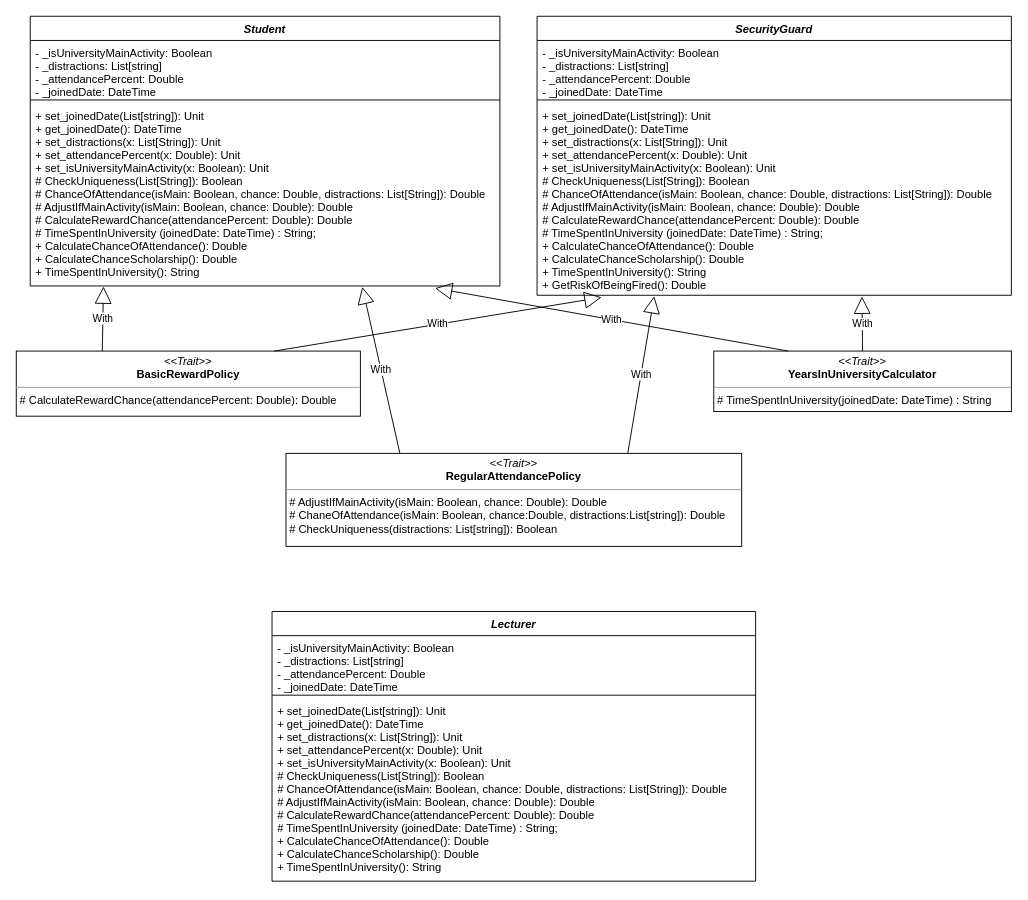
MeTTacuS/PSP1 keeps this draw.io diagram as Diagrams/13_scala.drawio. Above is the earlier version. Source tidied: cells renumbered, new cells numbered last; positions are measured from the earlier drawing's top-left corner, leaving out a move shared by most shapes. Both pictures are drawn from the tidied source at 93%, with x=0, y=0 at pixel (16, 16).
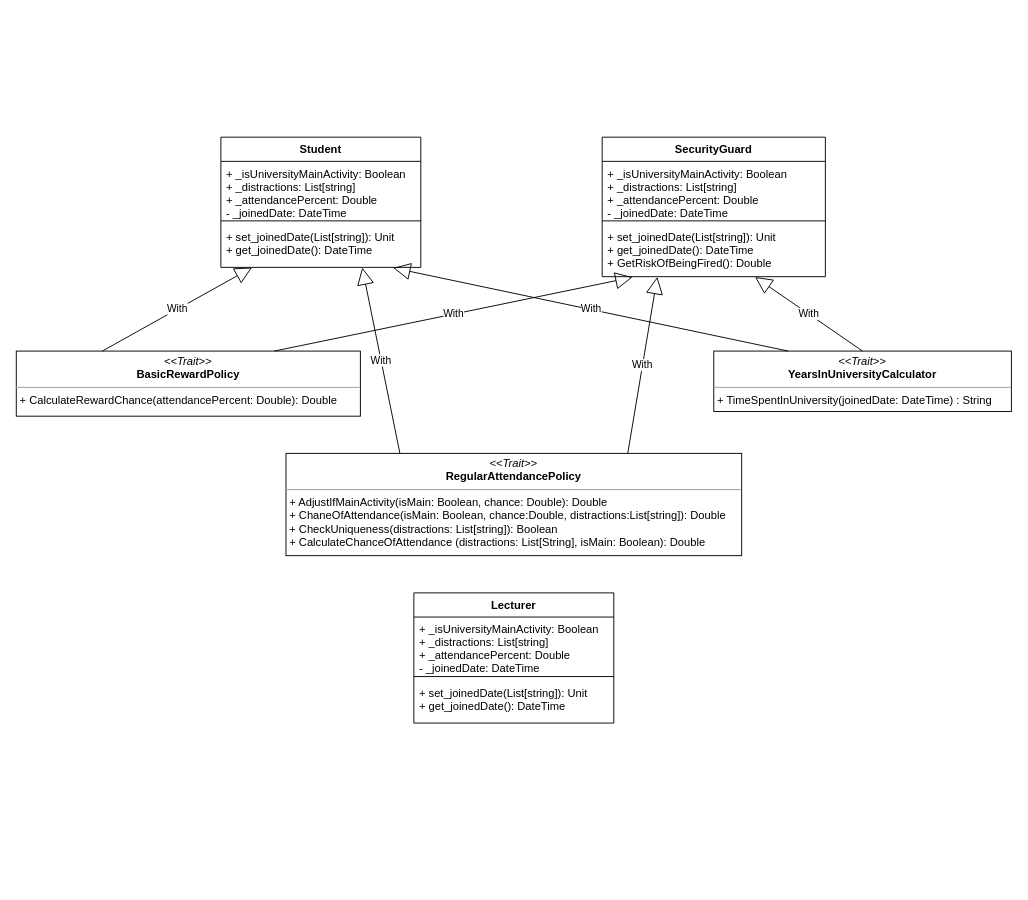
Above is the later version.

Diff of the diagram source:
```diff
@@
-    <mxCell id="2" value="Student" style="swimlane;fontStyle=3;align=center;verticalAlign=top;horizontal=1;startSize=26;" parent="1" vertex="1">
-      <mxGeometry x="15" width="505" height="290" as="geometry" />
+    <mxCell id="2" value="Student" style="swimlane;fontStyle=1;align=center;verticalAlign=top;horizontal=1;startSize=26;" parent="1" vertex="1">
+      <mxGeometry x="220" y="130" width="215" height="140" as="geometry" />
     </mxCell>
-    <mxCell id="3" value="- _isUniversityMainActivity: Boolean&#10;- _distractions: List[string]&#10;- _attendancePercent: Double&#10;- _joinedDate: DateTime&#10;" style="text;strokeColor=none;fillColor=none;align=left;verticalAlign=top;spacingLeft=4;spacingRight=4;overflow=hidden;" parent="2" vertex="1">
-      <mxGeometry y="26" width="505" height="60" as="geometry" />
+    <mxCell id="3" value="+ _isUniversityMainActivity: Boolean&#10;+ _distractions: List[string]&#10;+ _attendancePercent: Double&#10;- _joinedDate: DateTime&#10;" style="text;strokeColor=none;fillColor=none;align=left;verticalAlign=top;spacingLeft=4;spacingRight=4;overflow=hidden;" parent="2" vertex="1">
+      <mxGeometry y="26" width="215" height="60" as="geometry" />
     </mxCell>
     <mxCell id="4" style="line;strokeWidth=1;fillColor=none;align=left;verticalAlign=middle;spacingTop=-1;spacingLeft=3;spacingRight=3;labelPosition=right;" parent="2" vertex="1">
-      <mxGeometry y="86" width="505" height="8" as="geometry" />
+      <mxGeometry y="86" width="215" height="8" as="geometry" />
     </mxCell>
-    <mxCell id="5" value="+ set_joinedDate(List[string]): Unit&#10;+ get_joinedDate(): DateTime&#10;+ set_distractions(x: List[String]): Unit&#10;+ set_attendancePercent(x: Double): Unit&#10;+ set_isUniversityMainActivity(x: Boolean): Unit&#10;# CheckUniqueness(List[String]): Boolean&#10;# ChanceOfAttendance(isMain: Boolean, chance: Double, distractions: List[String]): Double&#10;# AdjustIfMainActivity(isMain: Boolean, chance: Double): Double&#10;# CalculateRewardChance(attendancePercent: Double): Double&#10;# TimeSpentInUniversity (joinedDate: DateTime) : String;&#10;+ CalculateChanceOfAttendance(): Double&#10;+ CalculateChanceScholarship(): Double&#10;+ TimeSpentInUniversity(): String&#10;" style="text;strokeColor=none;fillColor=none;align=left;verticalAlign=top;spacingLeft=4;spacingRight=4;overflow=hidden;points=[[0,0.5],[1,0.5]];portConstraint=eastwest;" parent="2" vertex="1">
-      <mxGeometry y="94" width="505" height="196" as="geometry" />
+    <mxCell id="5" value="+ set_joinedDate(List[string]): Unit&#10;+ get_joinedDate(): DateTime&#10;" style="text;strokeColor=none;fillColor=none;align=left;verticalAlign=top;spacingLeft=4;spacingRight=4;overflow=hidden;points=[[0,0.5],[1,0.5]];portConstraint=eastwest;" parent="2" vertex="1">
+      <mxGeometry y="94" width="215" height="46" as="geometry" />
     </mxCell>
-    <mxCell id="6" value="&lt;p style=&quot;margin: 0px ; margin-top: 4px ; text-align: center&quot;&gt;&lt;i&gt;&amp;lt;&amp;lt;Trait&amp;gt;&amp;gt;&lt;/i&gt;&lt;br&gt;&lt;b&gt;RegularAttendancePolicy&lt;/b&gt;&lt;/p&gt;&lt;hr size=&quot;1&quot;&gt;&lt;p style=&quot;margin: 0px ; margin-left: 4px&quot;&gt;# AdjustIfMainActivity(isMain: Boolean, chance: Double): Double&lt;br&gt;# ChaneOfAttendance(isMain: Boolean, chance:Double, distractions:List[string]): Double&lt;/p&gt;&lt;p style=&quot;margin: 0px ; margin-left: 4px&quot;&gt;# CheckUniqueness(distractions: List[string]): Boolean&lt;/p&gt;" style="verticalAlign=top;align=left;overflow=fill;fontSize=12;fontFamily=Helvetica;html=1;" parent="1" vertex="1">
-      <mxGeometry x="290" y="470" width="490" height="100" as="geometry" />
+    <mxCell id="6" value="&lt;p style=&quot;margin: 0px ; margin-top: 4px ; text-align: center&quot;&gt;&lt;i&gt;&amp;lt;&amp;lt;Trait&amp;gt;&amp;gt;&lt;/i&gt;&lt;br&gt;&lt;b&gt;RegularAttendancePolicy&lt;/b&gt;&lt;/p&gt;&lt;hr size=&quot;1&quot;&gt;&lt;p style=&quot;margin: 0px ; margin-left: 4px&quot;&gt;+ AdjustIfMainActivity(isMain: Boolean, chance: Double): Double&lt;br&gt;+ ChaneOfAttendance(isMain: Boolean, chance:Double, distractions:List[string]): Double&lt;/p&gt;&lt;p style=&quot;margin: 0px ; margin-left: 4px&quot;&gt;+ CheckUniqueness(distractions: List[string]): Boolean&lt;/p&gt;&lt;p style=&quot;margin: 0px ; margin-left: 4px&quot;&gt;+&amp;nbsp;CalculateChanceOfAttendance (distractions: List[String], isMain: Boolean): Double&lt;/p&gt;" style="verticalAlign=top;align=left;overflow=fill;fontSize=12;fontFamily=Helvetica;html=1;" parent="1" vertex="1">
+      <mxGeometry x="290" y="470" width="490" height="110" as="geometry" />
     </mxCell>
-    <mxCell id="7" value="&lt;p style=&quot;margin: 0px ; margin-top: 4px ; text-align: center&quot;&gt;&lt;i&gt;&amp;lt;&amp;lt;Trait&amp;gt;&amp;gt;&lt;/i&gt;&lt;br&gt;&lt;b&gt;BasicRewardPolicy&lt;/b&gt;&lt;/p&gt;&lt;hr size=&quot;1&quot;&gt;&lt;p style=&quot;margin: 0px ; margin-left: 4px&quot;&gt;# CalculateRewardChance(attendancePercent: Double): Double&lt;br&gt;&lt;/p&gt;" style="verticalAlign=top;align=left;overflow=fill;fontSize=12;fontFamily=Helvetica;html=1;" parent="1" vertex="1">
+    <mxCell id="7" value="&lt;p style=&quot;margin: 0px ; margin-top: 4px ; text-align: center&quot;&gt;&lt;i&gt;&amp;lt;&amp;lt;Trait&amp;gt;&amp;gt;&lt;/i&gt;&lt;br&gt;&lt;b&gt;BasicRewardPolicy&lt;/b&gt;&lt;/p&gt;&lt;hr size=&quot;1&quot;&gt;&lt;p style=&quot;margin: 0px ; margin-left: 4px&quot;&gt;+ CalculateRewardChance(attendancePercent: Double): Double&lt;br&gt;&lt;/p&gt;" style="verticalAlign=top;align=left;overflow=fill;fontSize=12;fontFamily=Helvetica;html=1;" parent="1" vertex="1">
       <mxGeometry y="360" width="370" height="70" as="geometry" />
     </mxCell>
@@
-    <mxCell id="10" value="&lt;p style=&quot;margin: 0px ; margin-top: 4px ; text-align: center&quot;&gt;&lt;i&gt;&amp;lt;&amp;lt;Trait&amp;gt;&amp;gt;&lt;/i&gt;&lt;br&gt;&lt;b&gt;YearsInUniversityCalculator&lt;/b&gt;&lt;/p&gt;&lt;hr size=&quot;1&quot;&gt;&lt;p style=&quot;margin: 0px ; margin-left: 4px&quot;&gt;# TimeSpentInUniversity(joinedDate: DateTime) : String&lt;/p&gt;" style="verticalAlign=top;align=left;overflow=fill;fontSize=12;fontFamily=Helvetica;html=1;" parent="1" vertex="1">
+    <mxCell id="10" value="&lt;p style=&quot;margin: 0px ; margin-top: 4px ; text-align: center&quot;&gt;&lt;i&gt;&amp;lt;&amp;lt;Trait&amp;gt;&amp;gt;&lt;/i&gt;&lt;br&gt;&lt;b&gt;YearsInUniversityCalculator&lt;/b&gt;&lt;/p&gt;&lt;hr size=&quot;1&quot;&gt;&lt;p style=&quot;margin: 0px ; margin-left: 4px&quot;&gt;+ TimeSpentInUniversity(joinedDate: DateTime) : String&lt;/p&gt;" style="verticalAlign=top;align=left;overflow=fill;fontSize=12;fontFamily=Helvetica;html=1;" parent="1" vertex="1">
       <mxGeometry x="750" y="360" width="320" height="65" as="geometry" />
     </mxCell>
-    <mxCell id="11" value="Lecturer" style="swimlane;fontStyle=3;align=center;verticalAlign=top;horizontal=1;startSize=26;" parent="1" vertex="1">
-      <mxGeometry x="275" y="640" width="520" height="290" as="geometry" />
-    </mxCell>
-    <mxCell id="12" value="- _isUniversityMainActivity: Boolean&#10;- _distractions: List[string]&#10;- _attendancePercent: Double&#10;- _joinedDate: DateTime&#10;" style="text;strokeColor=none;fillColor=none;align=left;verticalAlign=top;spacingLeft=4;spacingRight=4;overflow=hidden;" parent="11" vertex="1">
-      <mxGeometry y="26" width="520" height="60" as="geometry" />
-    </mxCell>
-    <mxCell id="13" style="line;strokeWidth=1;fillColor=none;align=left;verticalAlign=middle;spacingTop=-1;spacingLeft=3;spacingRight=3;labelPosition=right;" parent="11" vertex="1">
-      <mxGeometry y="86" width="520" height="8" as="geometry" />
-    </mxCell>
-    <mxCell id="14" value="+ set_joinedDate(List[string]): Unit&#10;+ get_joinedDate(): DateTime&#10;+ set_distractions(x: List[String]): Unit&#10;+ set_attendancePercent(x: Double): Unit&#10;+ set_isUniversityMainActivity(x: Boolean): Unit&#10;# CheckUniqueness(List[String]): Boolean&#10;# ChanceOfAttendance(isMain: Boolean, chance: Double, distractions: List[String]): Double&#10;# AdjustIfMainActivity(isMain: Boolean, chance: Double): Double&#10;# CalculateRewardChance(attendancePercent: Double): Double&#10;# TimeSpentInUniversity (joinedDate: DateTime) : String;&#10;+ CalculateChanceOfAttendance(): Double&#10;+ CalculateChanceScholarship(): Double&#10;+ TimeSpentInUniversity(): String&#10;" style="text;strokeColor=none;fillColor=none;align=left;verticalAlign=top;spacingLeft=4;spacingRight=4;overflow=hidden;" parent="11" vertex="1">
-      <mxGeometry y="94" width="520" height="196" as="geometry" />
-    </mxCell>
-    <mxCell id="15" value="SecurityGuard" style="swimlane;fontStyle=3;align=center;verticalAlign=top;horizontal=1;startSize=26;" parent="1" vertex="1">
-      <mxGeometry x="560" width="510" height="300" as="geometry" />
+    <mxCell id="15" value="SecurityGuard" style="swimlane;fontStyle=1;align=center;verticalAlign=top;horizontal=1;startSize=26;" parent="1" vertex="1">
+      <mxGeometry x="630" y="130" width="240" height="150" as="geometry" />
     </mxCell>
-    <mxCell id="16" value="- _isUniversityMainActivity: Boolean&#10;- _distractions: List[string]&#10;- _attendancePercent: Double&#10;- _joinedDate: DateTime&#10;" style="text;strokeColor=none;fillColor=none;align=left;verticalAlign=top;spacingLeft=4;spacingRight=4;overflow=hidden;" parent="15" vertex="1">
-      <mxGeometry y="26" width="510" height="60" as="geometry" />
+    <mxCell id="16" value="+ _isUniversityMainActivity: Boolean&#10;+ _distractions: List[string]&#10;+ _attendancePercent: Double&#10;- _joinedDate: DateTime&#10;" style="text;strokeColor=none;fillColor=none;align=left;verticalAlign=top;spacingLeft=4;spacingRight=4;overflow=hidden;" parent="15" vertex="1">
+      <mxGeometry y="26" width="240" height="60" as="geometry" />
     </mxCell>
     <mxCell id="17" style="line;strokeWidth=1;fillColor=none;align=left;verticalAlign=middle;spacingTop=-1;spacingLeft=3;spacingRight=3;labelPosition=right;" parent="15" vertex="1">
-      <mxGeometry y="86" width="510" height="8" as="geometry" />
+      <mxGeometry y="86" width="240" height="8" as="geometry" />
     </mxCell>
-    <mxCell id="18" value="+ set_joinedDate(List[string]): Unit&#10;+ get_joinedDate(): DateTime&#10;+ set_distractions(x: List[String]): Unit&#10;+ set_attendancePercent(x: Double): Unit&#10;+ set_isUniversityMainActivity(x: Boolean): Unit&#10;# CheckUniqueness(List[String]): Boolean&#10;# ChanceOfAttendance(isMain: Boolean, chance: Double, distractions: List[String]): Double&#10;# AdjustIfMainActivity(isMain: Boolean, chance: Double): Double&#10;# CalculateRewardChance(attendancePercent: Double): Double&#10;# TimeSpentInUniversity (joinedDate: DateTime) : String;&#10;+ CalculateChanceOfAttendance(): Double&#10;+ CalculateChanceScholarship(): Double&#10;+ TimeSpentInUniversity(): String&#10;+ GetRiskOfBeingFired(): Double&#10;&#10;" style="text;strokeColor=none;fillColor=none;align=left;verticalAlign=top;spacingLeft=4;spacingRight=4;overflow=hidden;points=[[0,0.5],[1,0.5]];portConstraint=eastwest;" parent="15" vertex="1">
-      <mxGeometry y="94" width="510" height="206" as="geometry" />
+    <mxCell id="18" value="+ set_joinedDate(List[string]): Unit&#10;+ get_joinedDate(): DateTime&#10;+ GetRiskOfBeingFired(): Double&#10;&#10;" style="text;strokeColor=none;fillColor=none;align=left;verticalAlign=top;spacingLeft=4;spacingRight=4;overflow=hidden;points=[[0,0.5],[1,0.5]];portConstraint=eastwest;" parent="15" vertex="1">
+      <mxGeometry y="94" width="240" height="56" as="geometry" />
     </mxCell>
@@
+    <mxCell id="11" value="Lecturer" style="swimlane;fontStyle=1;align=center;verticalAlign=top;horizontal=1;startSize=26;" parent="1" vertex="1">
+      <mxGeometry x="427.5" y="620" width="215" height="140" as="geometry" />
+    </mxCell>
+    <mxCell id="23" value="+ _isUniversityMainActivity: Boolean&#10;+ _distractions: List[string]&#10;+ _attendancePercent: Double&#10;- _joinedDate: DateTime&#10;" style="text;strokeColor=none;fillColor=none;align=left;verticalAlign=top;spacingLeft=4;spacingRight=4;overflow=hidden;" parent="11" vertex="1">
+      <mxGeometry y="26" width="215" height="60" as="geometry" />
+    </mxCell>
+    <mxCell id="24" style="line;strokeWidth=1;fillColor=none;align=left;verticalAlign=middle;spacingTop=-1;spacingLeft=3;spacingRight=3;labelPosition=right;" parent="11" vertex="1">
+      <mxGeometry y="86" width="215" height="8" as="geometry" />
+    </mxCell>
+    <mxCell id="25" value="+ set_joinedDate(List[string]): Unit&#10;+ get_joinedDate(): DateTime&#10;" style="text;strokeColor=none;fillColor=none;align=left;verticalAlign=top;spacingLeft=4;spacingRight=4;overflow=hidden;" parent="11" vertex="1">
+      <mxGeometry y="94" width="215" height="46" as="geometry" />
+    </mxCell>
```
